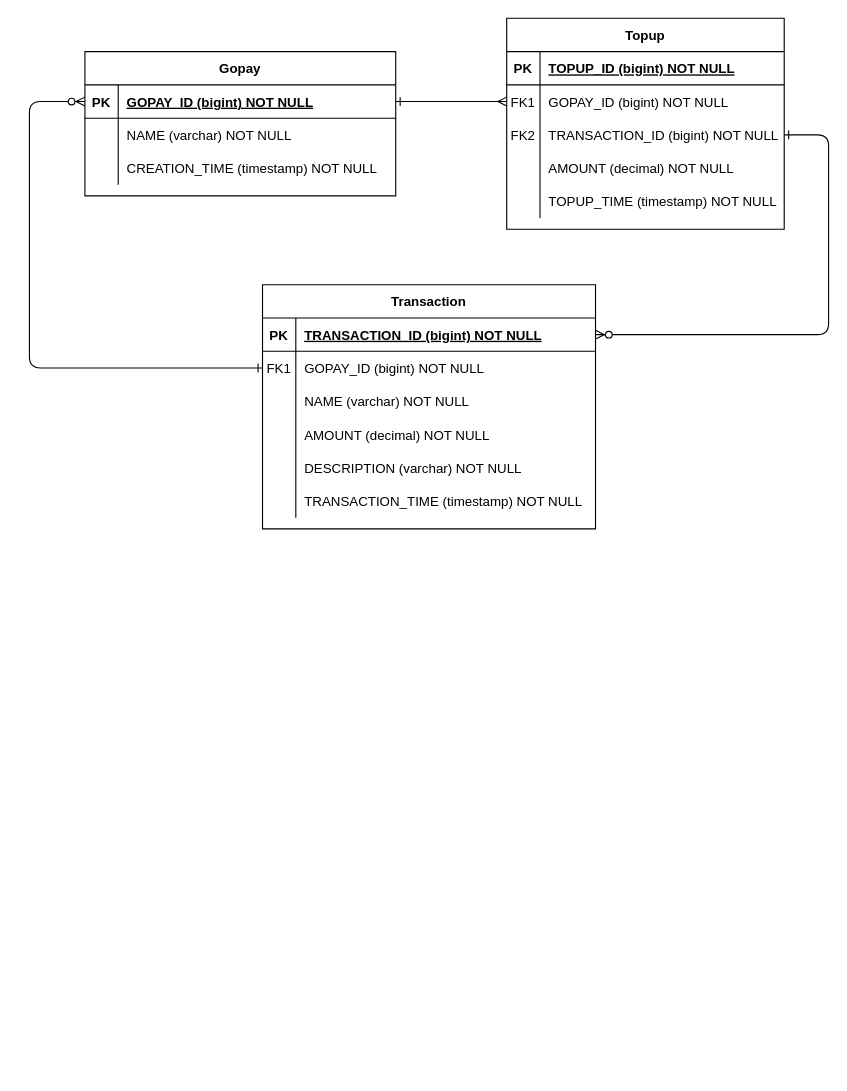
This is GTF-TT_Question5.drawio from abrambhanvaji/python-gtf, a draw.io file, before an edit. Source tidied: cells renumbered, new cells numbered last; positions are measured from the earlier drawing's top-left corner, leaving out a move shared by most shapes. Both pictures are drawn from the tidied source at 111%, with x=0, y=0 at pixel (29, 18).
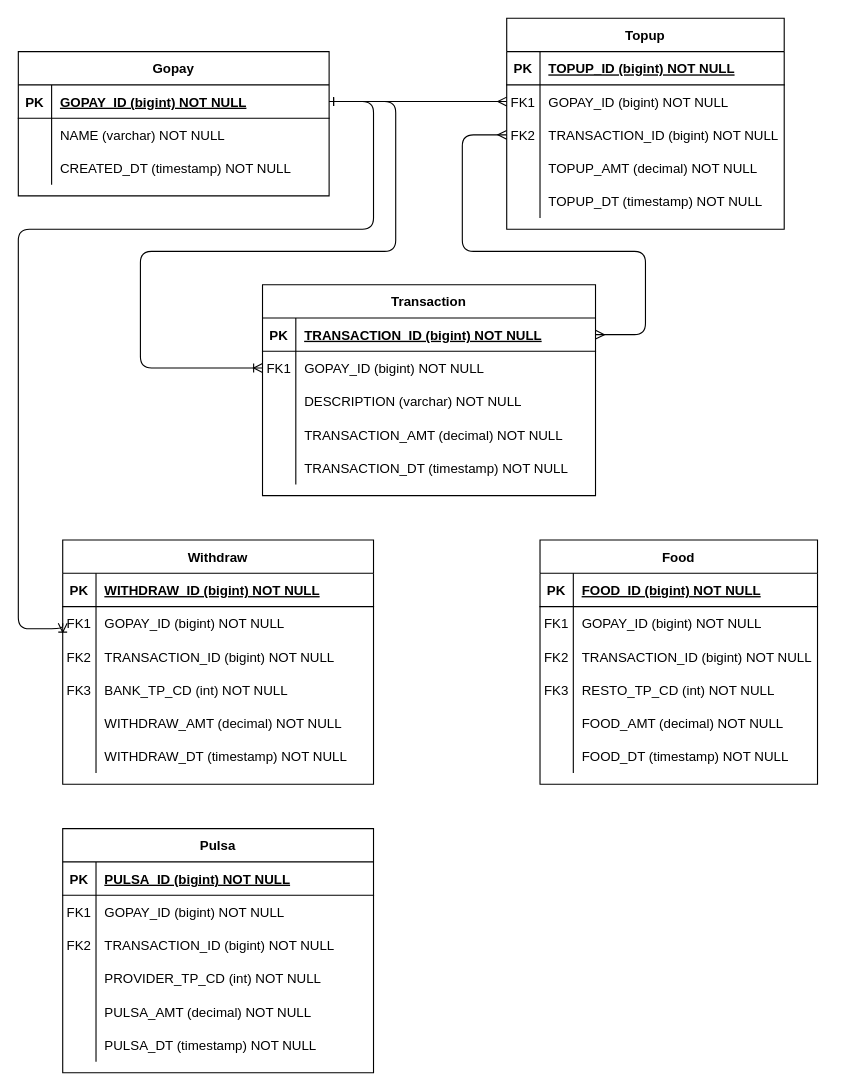
Above is the later version.

The change refers to these unchanged cells:
```xml
<mxCell id="11" style="shape=partialRectangle;fillColor=none;points=[[0,0.5],[1,0.5]];portConstraint=eastwest;top=0;left=0;right=0;bottom=0;" parent="4" vertex="1">
  <mxGeometry y="90" width="250" height="30" as="geometry" />
</mxCell>
<mxCell id="14" style="shape=partialRectangle;fillColor=none;top=0;left=0;right=0;bottom=0;" parent="4" vertex="1">
  <mxGeometry y="120" width="250" height="30" as="geometry" />
</mxCell>
<mxCell id="17" style="shape=partialRectangle;fillColor=none;top=0;left=0;right=0;bottom=0;" parent="4" vertex="1">
  <mxGeometry y="150" width="250" height="30" as="geometry" />
</mxCell>
<mxCell id="21" style="shape=partialRectangle;fillColor=none;points=[[0,0.5],[1,0.5]];portConstraint=eastwest;top=0;left=0;right=0;bottom=1;" parent="20" vertex="1">
  <mxGeometry y="30" width="300" height="30" as="geometry" />
</mxCell>
<mxCell id="24" style="shape=partialRectangle;fillColor=none;points=[[0,0.5],[1,0.5]];portConstraint=eastwest;top=0;left=0;right=0;bottom=0;" parent="20" vertex="1">
  <mxGeometry y="60" width="300" height="30" as="geometry" />
</mxCell>
<mxCell id="40" style="shape=partialRectangle;fillColor=none;points=[[0,0.5],[1,0.5]];portConstraint=eastwest;top=0;left=0;right=0;bottom=1;" parent="39" vertex="1">
  <mxGeometry y="30" width="280" height="30" as="geometry" />
</mxCell>
<mxCell id="46" style="shape=partialRectangle;fillColor=none;top=0;left=0;right=0;bottom=0;" parent="39" vertex="1">
  <mxGeometry y="90" width="280" height="30" as="geometry" />
</mxCell>
```

Change to the diagram source:
```diff
@@
-    <mxCell id="3" style="edgeStyle=orthogonalEdgeStyle;endArrow=ERzeroToMany;startArrow=ERone;endFill=1;startFill=0;exitX=1;exitY=0.5;exitDx=0;exitDy=0;entryX=1;entryY=0.5;entryDx=0;entryDy=0;" parent="1" edge="1" source="11" target="21">
+    <mxCell id="3" style="edgeStyle=orthogonalEdgeStyle;endArrow=ERmany;startArrow=ERmany;endFill=0;startFill=0;exitX=0;exitY=0.5;exitDx=0;exitDy=0;entryX=1;entryY=0.5;entryDx=0;entryDy=0;" parent="1" edge="1" source="11" target="21">
       <mxGeometry relative="1" as="geometry">
         <Array as="points">
-          <mxPoint x="720" y="105" />
-          <mxPoint x="720" y="285" />
+          <mxPoint x="390" y="105" />
+          <mxPoint x="390" y="210" />
+          <mxPoint x="555" y="210" />
+          <mxPoint x="555" y="285" />
         </Array>
       </mxGeometry>
     </mxCell>
@@
-    <mxCell id="16" value="AMOUNT (decimal) NOT NULL" style="shape=partialRectangle;overflow=hidden;fillColor=none;top=0;left=0;bottom=0;right=0;align=left;spacingLeft=6;" parent="14" vertex="1">
+    <mxCell id="16" value="TOPUP_AMT (decimal) NOT NULL" style="shape=partialRectangle;overflow=hidden;fillColor=none;top=0;left=0;bottom=0;right=0;align=left;spacingLeft=6;" parent="14" vertex="1">
       <mxGeometry x="30" width="220" height="30" as="geometry" />
     </mxCell>
@@
-    <mxCell id="19" value="TOPUP_TIME (timestamp) NOT NULL" style="shape=partialRectangle;overflow=hidden;fillColor=none;top=0;left=0;bottom=0;right=0;align=left;spacingLeft=6;" parent="17" vertex="1">
+    <mxCell id="19" value="TOPUP_DT (timestamp) NOT NULL" style="shape=partialRectangle;overflow=hidden;fillColor=none;top=0;left=0;bottom=0;right=0;align=left;spacingLeft=6;" parent="17" vertex="1">
       <mxGeometry x="30" width="220" height="30" as="geometry" />
     </mxCell>
     <mxCell id="20" value="Transaction" style="shape=table;startSize=30;childLayout=tableLayout;rowLines=0;fontStyle=1;align=center;" parent="1" vertex="1">
-      <mxGeometry x="210" y="240" width="300" height="220" as="geometry" />
+      <mxGeometry x="210" y="240" width="300" height="190" as="geometry" />
     </mxCell>
@@
-    <mxCell id="27" style="shape=partialRectangle;fillColor=none;top=0;left=0;right=0;bottom=0;" parent="20" vertex="1">
-      <mxGeometry y="90" width="300" height="30" as="geometry" />
-    </mxCell>
-    <mxCell id="28" style="shape=partialRectangle;overflow=hidden;fillColor=none;top=0;left=0;bottom=0;right=0;" parent="27" vertex="1">
-      <mxGeometry width="30" height="30" as="geometry" />
-    </mxCell>
-    <mxCell id="29" value="NAME (varchar) NOT NULL" style="shape=partialRectangle;overflow=hidden;fillColor=none;top=0;left=0;bottom=0;right=0;align=left;spacingLeft=6;" parent="27" vertex="1">
-      <mxGeometry x="30" width="270" height="30" as="geometry" />
-    </mxCell>
     <mxCell id="30" style="shape=partialRectangle;fillColor=none;top=0;left=0;right=0;bottom=0;" parent="20" vertex="1">
-      <mxGeometry y="120" width="300" height="30" as="geometry" />
+      <mxGeometry y="90" width="300" height="30" as="geometry" />
     </mxCell>
@@
-    <mxCell id="32" value="AMOUNT (decimal) NOT NULL" style="shape=partialRectangle;overflow=hidden;fillColor=none;top=0;left=0;bottom=0;right=0;align=left;spacingLeft=6;" parent="30" vertex="1">
+    <mxCell id="32" value="DESCRIPTION (varchar) NOT NULL" style="shape=partialRectangle;overflow=hidden;fillColor=none;top=0;left=0;bottom=0;right=0;align=left;spacingLeft=6;" parent="30" vertex="1">
       <mxGeometry x="30" width="270" height="30" as="geometry" />
     </mxCell>
     <mxCell id="33" style="shape=partialRectangle;fillColor=none;top=0;left=0;right=0;bottom=0;" parent="20" vertex="1">
-      <mxGeometry y="150" width="300" height="30" as="geometry" />
+      <mxGeometry y="120" width="300" height="30" as="geometry" />
     </mxCell>
@@
-    <mxCell id="35" value="DESCRIPTION (varchar) NOT NULL" style="shape=partialRectangle;overflow=hidden;fillColor=none;top=0;left=0;bottom=0;right=0;align=left;spacingLeft=6;" parent="33" vertex="1">
+    <mxCell id="35" value="TRANSACTION_AMT (decimal) NOT NULL" style="shape=partialRectangle;overflow=hidden;fillColor=none;top=0;left=0;bottom=0;right=0;align=left;spacingLeft=6;" parent="33" vertex="1">
       <mxGeometry x="30" width="270" height="30" as="geometry" />
     </mxCell>
     <mxCell id="36" style="shape=partialRectangle;fillColor=none;top=0;left=0;right=0;bottom=0;" parent="20" vertex="1">
-      <mxGeometry y="180" width="300" height="30" as="geometry" />
+      <mxGeometry y="150" width="300" height="30" as="geometry" />
     </mxCell>
@@
-    <mxCell id="38" value="TRANSACTION_TIME (timestamp) NOT NULL" style="shape=partialRectangle;overflow=hidden;fillColor=none;top=0;left=0;bottom=0;right=0;align=left;spacingLeft=6;" parent="36" vertex="1">
+    <mxCell id="38" value="TRANSACTION_DT (timestamp) NOT NULL" style="shape=partialRectangle;overflow=hidden;fillColor=none;top=0;left=0;bottom=0;right=0;align=left;spacingLeft=6;" parent="36" vertex="1">
       <mxGeometry x="30" width="270" height="30" as="geometry" />
     </mxCell>
     <mxCell id="39" value="Gopay" style="shape=table;startSize=30;childLayout=tableLayout;rowLines=0;fontStyle=1;align=center;" parent="1" vertex="1">
-      <mxGeometry x="50" y="30" width="280" height="130" as="geometry" />
+      <mxGeometry x="-10" y="30" width="280" height="130" as="geometry" />
     </mxCell>
@@
-    <mxCell id="48" value="CREATION_TIME (timestamp) NOT NULL" style="shape=partialRectangle;overflow=hidden;fillColor=none;top=0;left=0;bottom=0;right=0;align=left;spacingLeft=6;" parent="46" vertex="1">
+    <mxCell id="48" value="CREATED_DT (timestamp) NOT NULL" style="shape=partialRectangle;overflow=hidden;fillColor=none;top=0;left=0;bottom=0;right=0;align=left;spacingLeft=6;" parent="46" vertex="1">
       <mxGeometry x="30" width="250" height="30" as="geometry" />
     </mxCell>
+    <mxCell id="50" value="Withdraw" style="shape=table;startSize=30;childLayout=tableLayout;rowLines=0;fontStyle=1;align=center;" parent="1" vertex="1">
+      <mxGeometry x="30" y="470" width="280" height="220" as="geometry" />
+    </mxCell>
+    <mxCell id="51" style="shape=partialRectangle;fillColor=none;top=0;left=0;right=0;bottom=1;" parent="50" vertex="1">
+      <mxGeometry y="30" width="280" height="30" as="geometry" />
+    </mxCell>
+    <mxCell id="52" value="PK" style="shape=partialRectangle;overflow=hidden;fillColor=none;top=0;left=0;bottom=0;right=0;fontStyle=1;" parent="51" vertex="1">
+      <mxGeometry width="30" height="30" as="geometry" />
+    </mxCell>
+    <mxCell id="53" value="WITHDRAW_ID (bigint) NOT NULL " style="shape=partialRectangle;overflow=hidden;fillColor=none;top=0;left=0;bottom=0;right=0;align=left;spacingLeft=6;fontStyle=5;" parent="51" vertex="1">
+      <mxGeometry x="30" width="250" height="30" as="geometry" />
+    </mxCell>
+    <mxCell id="54" style="shape=partialRectangle;fillColor=none;points=[[0,0.5],[1,0.5]];portConstraint=eastwest;top=0;left=0;right=0;bottom=0;" parent="50" vertex="1">
+      <mxGeometry y="60" width="280" height="30" as="geometry" />
+    </mxCell>
+    <mxCell id="55" value="FK1" style="shape=partialRectangle;overflow=hidden;fillColor=none;top=0;left=0;bottom=0;right=0;" parent="54" vertex="1">
+      <mxGeometry width="30" height="30" as="geometry" />
+    </mxCell>
+    <mxCell id="56" value="GOPAY_ID (bigint) NOT NULL" style="shape=partialRectangle;overflow=hidden;fillColor=none;top=0;left=0;bottom=0;right=0;align=left;spacingLeft=6;" parent="54" vertex="1">
+      <mxGeometry x="30" width="250" height="30" as="geometry" />
+    </mxCell>
+    <mxCell id="57" style="shape=partialRectangle;fillColor=none;top=0;left=0;right=0;bottom=0;" parent="50" vertex="1">
+      <mxGeometry y="90" width="280" height="30" as="geometry" />
+    </mxCell>
+    <mxCell id="58" value="FK2" style="shape=partialRectangle;overflow=hidden;fillColor=none;top=0;left=0;bottom=0;right=0;" parent="57" vertex="1">
+      <mxGeometry width="30" height="30" as="geometry" />
+    </mxCell>
+    <mxCell id="59" value="TRANSACTION_ID (bigint) NOT NULL" style="shape=partialRectangle;overflow=hidden;fillColor=none;top=0;left=0;bottom=0;right=0;align=left;spacingLeft=6;" parent="57" vertex="1">
+      <mxGeometry x="30" width="250" height="30" as="geometry" />
+    </mxCell>
+    <mxCell id="60" style="shape=partialRectangle;fillColor=none;top=0;left=0;right=0;bottom=0;" parent="50" vertex="1">
+      <mxGeometry y="120" width="280" height="30" as="geometry" />
+    </mxCell>
+    <mxCell id="61" value="FK3" style="shape=partialRectangle;overflow=hidden;fillColor=none;top=0;left=0;bottom=0;right=0;" parent="60" vertex="1">
+      <mxGeometry width="30" height="30" as="geometry" />
+    </mxCell>
+    <mxCell id="62" value="BANK_TP_CD (int) NOT NULL" style="shape=partialRectangle;overflow=hidden;fillColor=none;top=0;left=0;bottom=0;right=0;align=left;spacingLeft=6;" parent="60" vertex="1">
+      <mxGeometry x="30" width="250" height="30" as="geometry" />
+    </mxCell>
+    <mxCell id="63" style="shape=partialRectangle;fillColor=none;top=0;left=0;right=0;bottom=0;" parent="50" vertex="1">
+      <mxGeometry y="150" width="280" height="30" as="geometry" />
+    </mxCell>
+    <mxCell id="64" style="shape=partialRectangle;overflow=hidden;fillColor=none;top=0;left=0;bottom=0;right=0;" parent="63" vertex="1">
+      <mxGeometry width="30" height="30" as="geometry" />
+    </mxCell>
+    <mxCell id="65" value="WITHDRAW_AMT (decimal) NOT NULL" style="shape=partialRectangle;overflow=hidden;fillColor=none;top=0;left=0;bottom=0;right=0;align=left;spacingLeft=6;" parent="63" vertex="1">
+      <mxGeometry x="30" width="250" height="30" as="geometry" />
+    </mxCell>
+    <mxCell id="66" style="shape=partialRectangle;fillColor=none;top=0;left=0;right=0;bottom=0;" parent="50" vertex="1">
+      <mxGeometry y="180" width="280" height="30" as="geometry" />
+    </mxCell>
+    <mxCell id="67" style="shape=partialRectangle;overflow=hidden;fillColor=none;top=0;left=0;bottom=0;right=0;" parent="66" vertex="1">
+      <mxGeometry width="30" height="30" as="geometry" />
+    </mxCell>
+    <mxCell id="68" value="WITHDRAW_DT (timestamp) NOT NULL" style="shape=partialRectangle;overflow=hidden;fillColor=none;top=0;left=0;bottom=0;right=0;align=left;spacingLeft=6;" parent="66" vertex="1">
+      <mxGeometry x="30" width="250" height="30" as="geometry" />
+    </mxCell>
-    <mxCell id="49" style="edgeStyle=orthogonalEdgeStyle;endArrow=ERzeroToMany;startArrow=ERone;endFill=1;startFill=0;exitX=0;exitY=0.5;exitDx=0;exitDy=0;entryX=0;entryY=0.5;entryDx=0;entryDy=0;targetPerimeterSpacing=0;elbow=vertical;" parent="1" edge="1" source="24" target="40">
+    <mxCell id="49" style="edgeStyle=orthogonalEdgeStyle;endArrow=ERoneToMany;startArrow=ERone;endFill=0;startFill=0;entryX=0;entryY=0.5;entryDx=0;entryDy=0;elbow=vertical;sourcePerimeterSpacing=0;exitX=1;exitY=0.5;exitDx=0;exitDy=0;" parent="1" edge="1" source="40" target="24">
       <mxGeometry relative="1" as="geometry">
         <Array as="points">
-          <mxPoint y="315" />
-          <mxPoint y="75" />
+          <mxPoint x="330" y="75" />
+          <mxPoint x="330" y="210" />
+          <mxPoint x="100" y="210" />
+          <mxPoint x="100" y="315" />
         </Array>
       </mxGeometry>
     </mxCell>
+    <mxCell id="69" style="edgeStyle=orthogonalEdgeStyle;endArrow=ERoneToMany;startArrow=ERone;endFill=0;startFill=0;elbow=vertical;sourcePerimeterSpacing=0;exitX=1;exitY=0.5;exitDx=0;exitDy=0;entryX=0;entryY=0.5;entryDx=0;entryDy=0;" parent="1" edge="1" source="40" target="54">
+      <mxGeometry relative="1" as="geometry">
+        <Array as="points">
+          <mxPoint x="310" y="75" />
+          <mxPoint x="310" y="190" />
+          <mxPoint x="-10" y="190" />
+          <mxPoint x="-10" y="550" />
+          <mxPoint x="30" y="550" />
+        </Array>
+      </mxGeometry>
+    </mxCell>
+    <mxCell id="70" value="Food" style="shape=table;startSize=30;childLayout=tableLayout;rowLines=0;fontStyle=1;align=center;" parent="1" vertex="1">
+      <mxGeometry x="460" y="470" width="250" height="220" as="geometry" />
+    </mxCell>
+    <mxCell id="71" style="shape=partialRectangle;fillColor=none;top=0;left=0;right=0;bottom=1;" parent="70" vertex="1">
+      <mxGeometry y="30" width="250" height="30" as="geometry" />
+    </mxCell>
+    <mxCell id="72" value="PK" style="shape=partialRectangle;overflow=hidden;fillColor=none;top=0;left=0;bottom=0;right=0;fontStyle=1;" parent="71" vertex="1">
+      <mxGeometry width="30" height="30" as="geometry" />
+    </mxCell>
+    <mxCell id="73" value="FOOD_ID (bigint) NOT NULL " style="shape=partialRectangle;overflow=hidden;fillColor=none;top=0;left=0;bottom=0;right=0;align=left;spacingLeft=6;fontStyle=5;" parent="71" vertex="1">
+      <mxGeometry x="30" width="220" height="30" as="geometry" />
+    </mxCell>
+    <mxCell id="74" style="shape=partialRectangle;fillColor=none;top=0;left=0;right=0;bottom=0;" parent="70" vertex="1">
+      <mxGeometry y="60" width="250" height="30" as="geometry" />
+    </mxCell>
+    <mxCell id="75" value="FK1" style="shape=partialRectangle;overflow=hidden;fillColor=none;top=0;left=0;bottom=0;right=0;" parent="74" vertex="1">
+      <mxGeometry width="30" height="30" as="geometry" />
+    </mxCell>
+    <mxCell id="76" value="GOPAY_ID (bigint) NOT NULL" style="shape=partialRectangle;overflow=hidden;fillColor=none;top=0;left=0;bottom=0;right=0;align=left;spacingLeft=6;" parent="74" vertex="1">
+      <mxGeometry x="30" width="220" height="30" as="geometry" />
+    </mxCell>
+    <mxCell id="77" style="shape=partialRectangle;fillColor=none;top=0;left=0;right=0;bottom=0;" parent="70" vertex="1">
+      <mxGeometry y="90" width="250" height="30" as="geometry" />
+    </mxCell>
+    <mxCell id="78" value="FK2" style="shape=partialRectangle;overflow=hidden;fillColor=none;top=0;left=0;bottom=0;right=0;" parent="77" vertex="1">
+      <mxGeometry width="30" height="30" as="geometry" />
+    </mxCell>
+    <mxCell id="79" value="TRANSACTION_ID (bigint) NOT NULL" style="shape=partialRectangle;overflow=hidden;fillColor=none;top=0;left=0;bottom=0;right=0;align=left;spacingLeft=6;" parent="77" vertex="1">
+      <mxGeometry x="30" width="220" height="30" as="geometry" />
+    </mxCell>
+    <mxCell id="80" style="shape=partialRectangle;fillColor=none;top=0;left=0;right=0;bottom=0;" parent="70" vertex="1">
+      <mxGeometry y="120" width="250" height="30" as="geometry" />
+    </mxCell>
+    <mxCell id="81" value="FK3" style="shape=partialRectangle;overflow=hidden;fillColor=none;top=0;left=0;bottom=0;right=0;" parent="80" vertex="1">
+      <mxGeometry width="30" height="30" as="geometry" />
+    </mxCell>
+    <mxCell id="82" value="RESTO_TP_CD (int) NOT NULL" style="shape=partialRectangle;overflow=hidden;fillColor=none;top=0;left=0;bottom=0;right=0;align=left;spacingLeft=6;" parent="80" vertex="1">
+      <mxGeometry x="30" width="220" height="30" as="geometry" />
+    </mxCell>
+    <mxCell id="83" style="shape=partialRectangle;fillColor=none;top=0;left=0;right=0;bottom=0;" parent="70" vertex="1">
+      <mxGeometry y="150" width="250" height="30" as="geometry" />
+    </mxCell>
+    <mxCell id="84" style="shape=partialRectangle;overflow=hidden;fillColor=none;top=0;left=0;bottom=0;right=0;" parent="83" vertex="1">
+      <mxGeometry width="30" height="30" as="geometry" />
+    </mxCell>
+    <mxCell id="85" value="FOOD_AMT (decimal) NOT NULL" style="shape=partialRectangle;overflow=hidden;fillColor=none;top=0;left=0;bottom=0;right=0;align=left;spacingLeft=6;" parent="83" vertex="1">
+      <mxGeometry x="30" width="220" height="30" as="geometry" />
+    </mxCell>
+    <mxCell id="86" style="shape=partialRectangle;fillColor=none;top=0;left=0;right=0;bottom=0;" parent="70" vertex="1">
+      <mxGeometry y="180" width="250" height="30" as="geometry" />
+    </mxCell>
+    <mxCell id="87" style="shape=partialRectangle;overflow=hidden;fillColor=none;top=0;left=0;bottom=0;right=0;" parent="86" vertex="1">
+      <mxGeometry width="30" height="30" as="geometry" />
+    </mxCell>
+    <mxCell id="88" value="FOOD_DT (timestamp) NOT NULL" style="shape=partialRectangle;overflow=hidden;fillColor=none;top=0;left=0;bottom=0;right=0;align=left;spacingLeft=6;" parent="86" vertex="1">
+      <mxGeometry x="30" width="220" height="30" as="geometry" />
+    </mxCell>
+    <mxCell id="89" value="Pulsa" style="shape=table;startSize=30;childLayout=tableLayout;rowLines=0;fontStyle=1;align=center;" parent="1" vertex="1">
+      <mxGeometry x="30" y="730" width="280" height="220" as="geometry" />
+    </mxCell>
+    <mxCell id="90" style="shape=partialRectangle;fillColor=none;top=0;left=0;right=0;bottom=1;" parent="89" vertex="1">
+      <mxGeometry y="30" width="280" height="30" as="geometry" />
+    </mxCell>
+    <mxCell id="91" value="PK" style="shape=partialRectangle;overflow=hidden;fillColor=none;top=0;left=0;bottom=0;right=0;fontStyle=1;" parent="90" vertex="1">
+      <mxGeometry width="30" height="30" as="geometry" />
+    </mxCell>
+    <mxCell id="92" value="PULSA_ID (bigint) NOT NULL " style="shape=partialRectangle;overflow=hidden;fillColor=none;top=0;left=0;bottom=0;right=0;align=left;spacingLeft=6;fontStyle=5;" parent="90" vertex="1">
+      <mxGeometry x="30" width="250" height="30" as="geometry" />
+    </mxCell>
+    <mxCell id="93" style="shape=partialRectangle;fillColor=none;top=0;left=0;right=0;bottom=0;" parent="89" vertex="1">
+      <mxGeometry y="60" width="280" height="30" as="geometry" />
+    </mxCell>
+    <mxCell id="94" value="FK1" style="shape=partialRectangle;overflow=hidden;fillColor=none;top=0;left=0;bottom=0;right=0;" parent="93" vertex="1">
+      <mxGeometry width="30" height="30" as="geometry" />
+    </mxCell>
+    <mxCell id="95" value="GOPAY_ID (bigint) NOT NULL" style="shape=partialRectangle;overflow=hidden;fillColor=none;top=0;left=0;bottom=0;right=0;align=left;spacingLeft=6;" parent="93" vertex="1">
+      <mxGeometry x="30" width="250" height="30" as="geometry" />
+    </mxCell>
+    <mxCell id="96" style="shape=partialRectangle;fillColor=none;top=0;left=0;right=0;bottom=0;" parent="89" vertex="1">
+      <mxGeometry y="90" width="280" height="30" as="geometry" />
+    </mxCell>
+    <mxCell id="97" value="FK2" style="shape=partialRectangle;overflow=hidden;fillColor=none;top=0;left=0;bottom=0;right=0;" parent="96" vertex="1">
+      <mxGeometry width="30" height="30" as="geometry" />
+    </mxCell>
+    <mxCell id="98" value="TRANSACTION_ID (bigint) NOT NULL" style="shape=partialRectangle;overflow=hidden;fillColor=none;top=0;left=0;bottom=0;right=0;align=left;spacingLeft=6;" parent="96" vertex="1">
+      <mxGeometry x="30" width="250" height="30" as="geometry" />
+    </mxCell>
+    <mxCell id="99" style="shape=partialRectangle;fillColor=none;top=0;left=0;right=0;bottom=0;" parent="89" vertex="1">
+      <mxGeometry y="120" width="280" height="30" as="geometry" />
+    </mxCell>
+    <mxCell id="100" style="shape=partialRectangle;overflow=hidden;fillColor=none;top=0;left=0;bottom=0;right=0;" parent="99" vertex="1">
+      <mxGeometry width="30" height="30" as="geometry" />
+    </mxCell>
+    <mxCell id="101" value="PROVIDER_TP_CD (int) NOT NULL" style="shape=partialRectangle;overflow=hidden;fillColor=none;top=0;left=0;bottom=0;right=0;align=left;spacingLeft=6;" parent="99" vertex="1">
+      <mxGeometry x="30" width="250" height="30" as="geometry" />
+    </mxCell>
+    <mxCell id="102" style="shape=partialRectangle;fillColor=none;top=0;left=0;right=0;bottom=0;" parent="89" vertex="1">
+      <mxGeometry y="150" width="280" height="30" as="geometry" />
+    </mxCell>
+    <mxCell id="103" style="shape=partialRectangle;overflow=hidden;fillColor=none;top=0;left=0;bottom=0;right=0;" parent="102" vertex="1">
+      <mxGeometry width="30" height="30" as="geometry" />
+    </mxCell>
+    <mxCell id="104" value="PULSA_AMT (decimal) NOT NULL" style="shape=partialRectangle;overflow=hidden;fillColor=none;top=0;left=0;bottom=0;right=0;align=left;spacingLeft=6;" parent="102" vertex="1">
+      <mxGeometry x="30" width="250" height="30" as="geometry" />
+    </mxCell>
+    <mxCell id="105" style="shape=partialRectangle;fillColor=none;top=0;left=0;right=0;bottom=0;" parent="89" vertex="1">
+      <mxGeometry y="180" width="280" height="30" as="geometry" />
+    </mxCell>
+    <mxCell id="106" style="shape=partialRectangle;overflow=hidden;fillColor=none;top=0;left=0;bottom=0;right=0;" parent="105" vertex="1">
+      <mxGeometry width="30" height="30" as="geometry" />
+    </mxCell>
+    <mxCell id="107" value="PULSA_DT (timestamp) NOT NULL" style="shape=partialRectangle;overflow=hidden;fillColor=none;top=0;left=0;bottom=0;right=0;align=left;spacingLeft=6;" parent="105" vertex="1">
+      <mxGeometry x="30" width="250" height="30" as="geometry" />
+    </mxCell>
```
